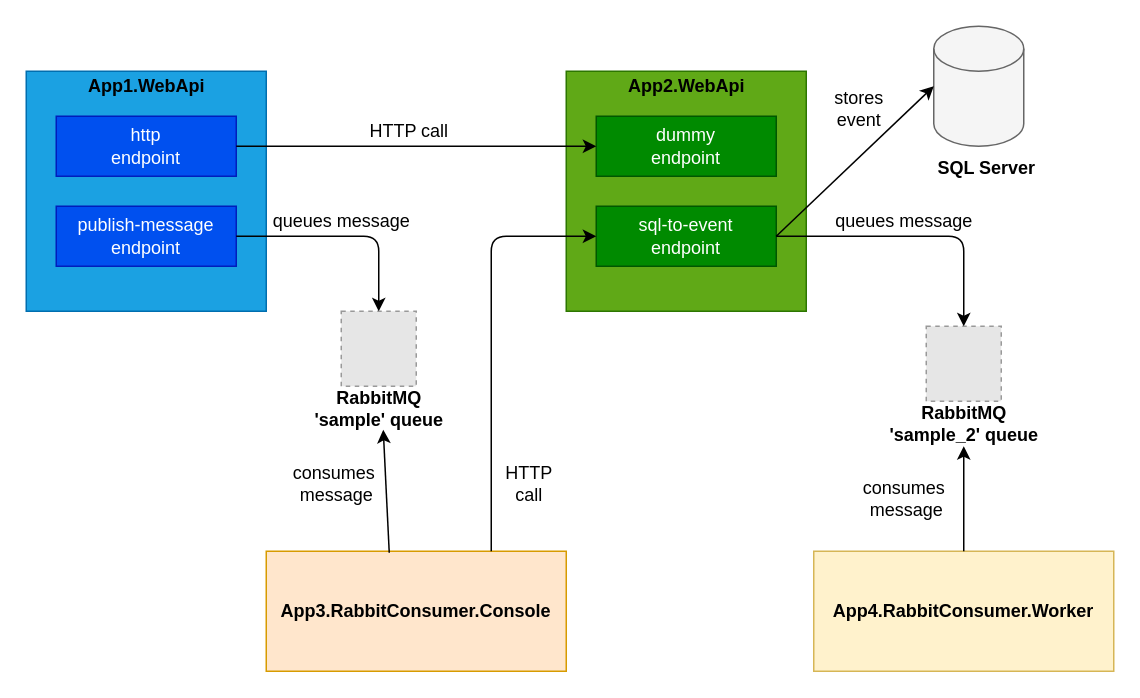
karlospn/opentelemetry-tracing-demo keeps this draw.io diagram as docs/components-diagram.drawio. Above is the earlier version. Source tidied: cells renumbered, new cells numbered last; positions are measured from the earlier drawing's top-left corner, leaving out a move shared by most shapes. Both pictures are drawn from the tidied source at 150%, with x=0, y=0 at pixel (26, 26). Pictures stored in the file or linked from it are replaced by grey dashed boxes.
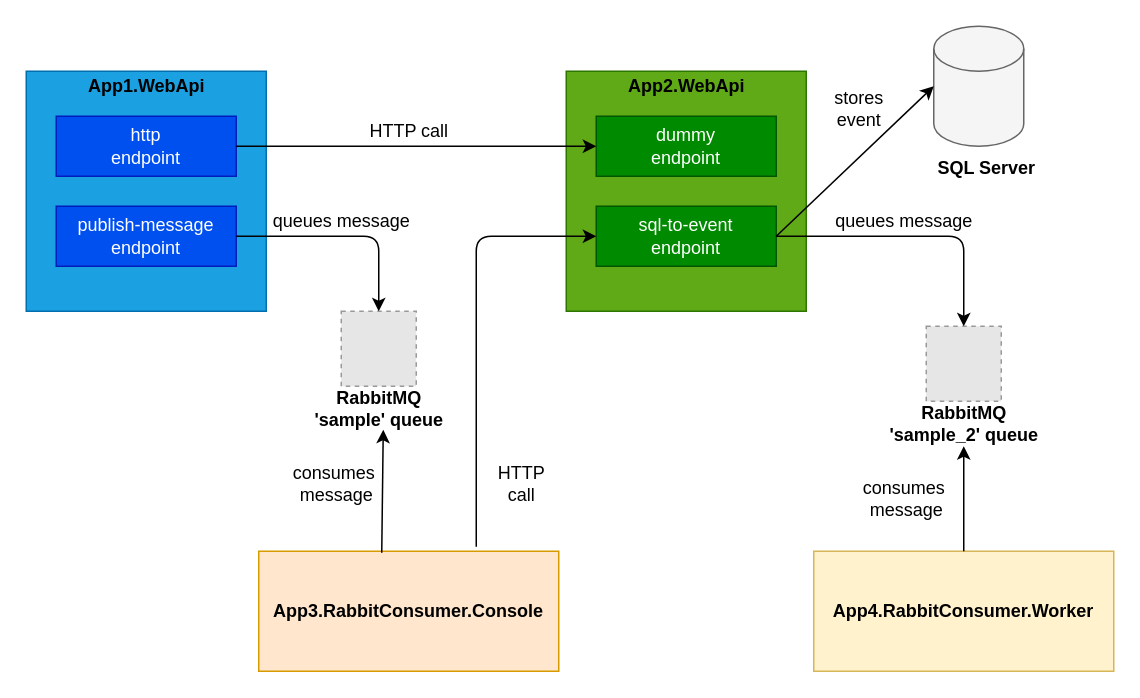
The same diagram, later.

Unchanged cells that the change refers to:
```xml
<mxCell id="9" value="sql-to-event&lt;br&gt;endpoint" style="rounded=0;whiteSpace=wrap;html=1;fillColor=#008a00;strokeColor=#005700;fontColor=#ffffff;" parent="1" vertex="1">
  <mxGeometry x="380" y="120" width="120" height="40" as="geometry" />
</mxCell>
```

The edit, as a diff of the source:
```diff
@@
     <mxCell id="10" value="&lt;b&gt;App3.RabbitConsumer.Console&lt;/b&gt;" style="rounded=0;whiteSpace=wrap;html=1;fillColor=#ffe6cc;strokeColor=#d79b00;" parent="1" vertex="1">
-      <mxGeometry x="160" y="350" width="200" height="80" as="geometry" />
+      <mxGeometry x="155" y="350" width="200" height="80" as="geometry" />
     </mxCell>
@@
-    <mxCell id="18" style="endArrow=classic;html=1;entryX=0;entryY=0.5;entryDx=0;entryDy=0;exitX=0.75;exitY=0;exitDx=0;exitDy=0;" parent="1" edge="1" source="10" target="9">
+    <mxCell id="18" style="endArrow=classic;html=1;entryX=0;entryY=0.5;entryDx=0;entryDy=0;" parent="1" edge="1" target="9">
       <mxGeometry relative="1" as="geometry">
+        <mxPoint x="300" y="347" as="sourcePoint" />
         <Array as="points">
-          <mxPoint x="310" y="140" />
+          <mxPoint x="300" y="140" />
         </Array>
       </mxGeometry>
     </mxCell>
@@
     <mxCell id="25" value="HTTP &lt;br&gt;call" style="text;html=1;align=center;verticalAlign=middle;" parent="1" vertex="1">
-      <mxGeometry x="310" y="290" width="50" height="30" as="geometry" />
+      <mxGeometry x="305" y="290" width="50" height="30" as="geometry" />
     </mxCell>
```
